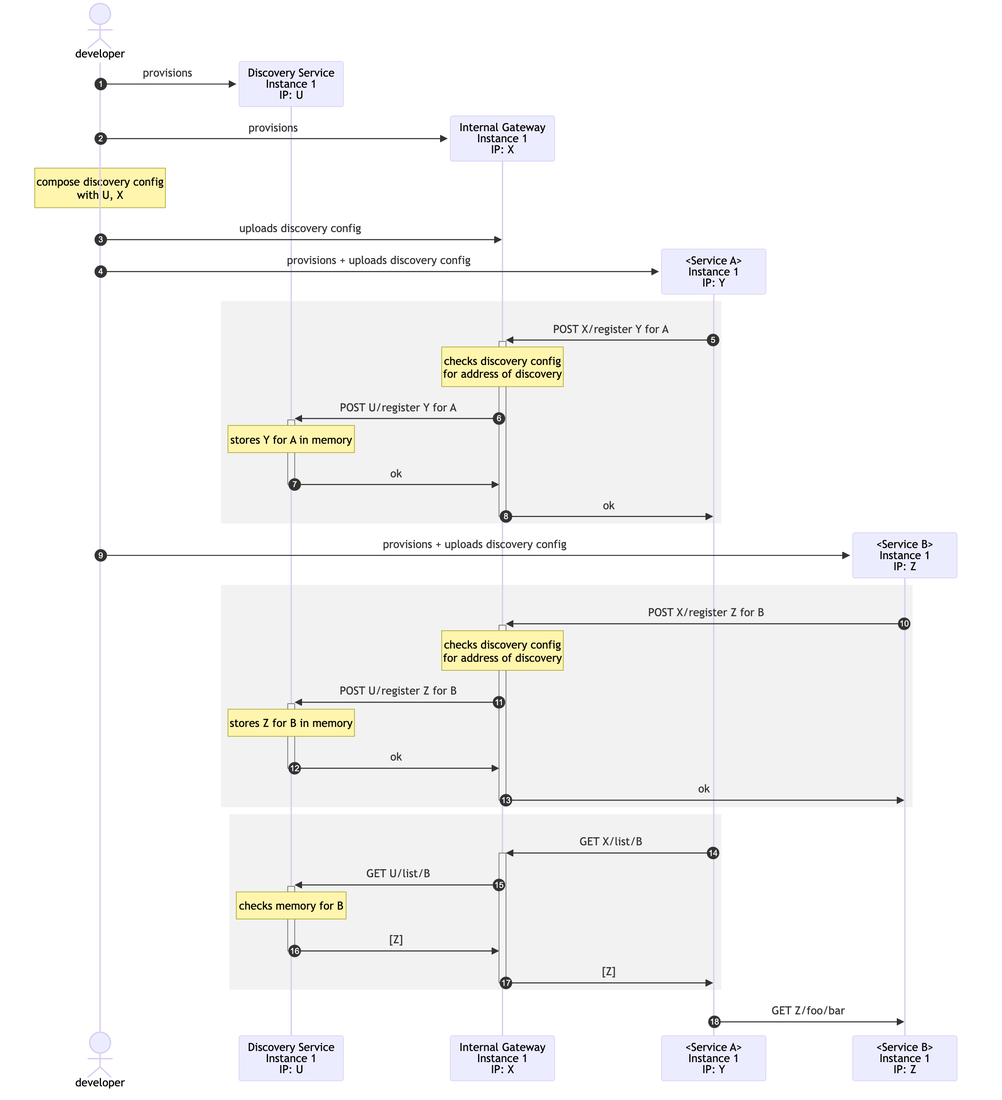
This is docs/backend/service-discovery.png from ufukty/logbook, a Mermaid export, as it was before one commit. Its source is kept beside it as docs/backend/service-discovery.mmd.
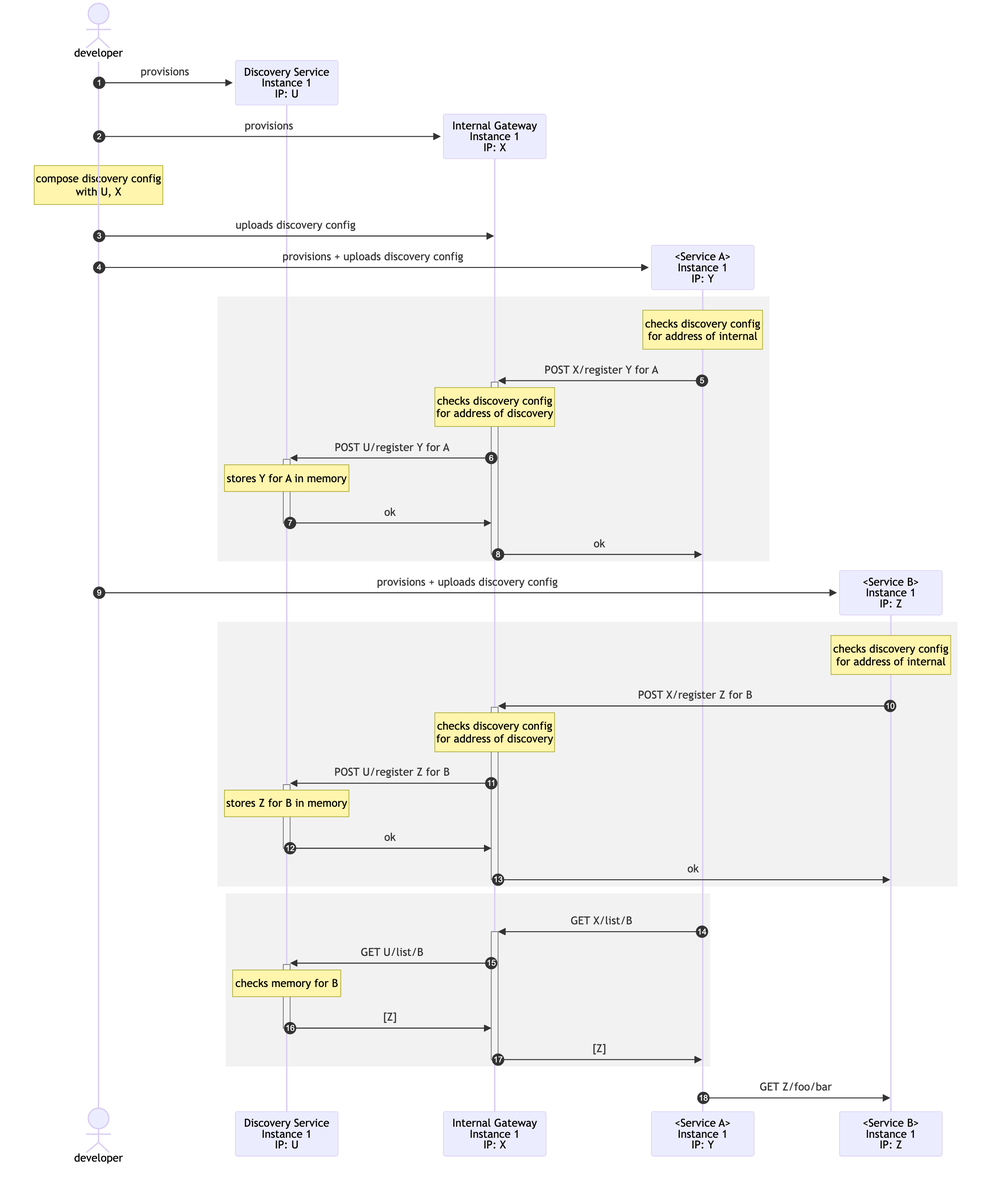
Later version of the same file.

Commit message:
docs/backend: adds details on interactions with service discovery

What changed in the source:
```diff
@@ -17,6 +17,7 @@
 l->>s1: provisions + uploads discovery config
 
 rect rgba(128,128,128,0.1)
+  note over s1: checks discovery config<br>for address of internal
   s1->>+i: POST X/register Y for A
   note over i: checks discovery config<br>for address of discovery
   i->>+d: POST U/register Y for A
@@ -29,6 +30,7 @@
 l->>s2: provisions + uploads discovery config
 
 rect rgba(128,128,128,0.1)
+  note over s2: checks discovery config<br>for address of internal
   s2->>+i: POST X/register Z for B
   note over i: checks discovery config<br>for address of discovery
   i->>+d: POST U/register Z for B
```
